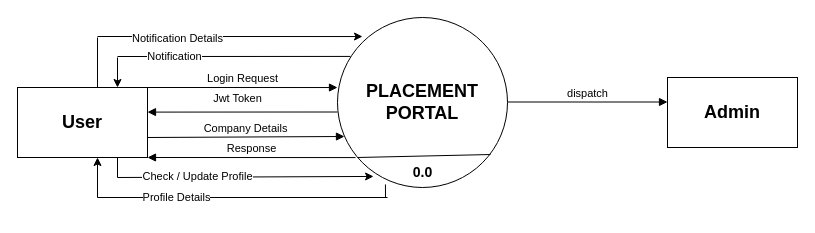
Earlier version of the draw.io diagram placement_dfd.drawio (shalulaha/Minor_Project). Source tidied: cells renumbered, new cells numbered last; positions are measured from the earlier drawing's top-left corner, leaving out a move shared by most shapes. Both pictures are drawn from the tidied source at 100%, with x=0, y=0 at pixel (17, 17).
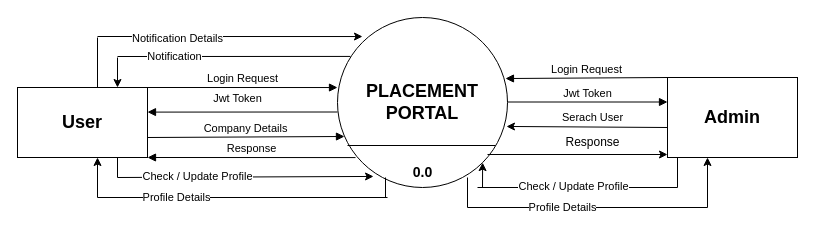
Above is the later version.

The change refers to these unchanged cells:
```xml
<mxCell id="2" value="&lt;b&gt;&lt;font style=&quot;font-size: 18px;&quot;&gt;PLACEMENT PORTAL&lt;/font&gt;&lt;/b&gt;" style="ellipse;whiteSpace=wrap;html=1;" parent="1" vertex="1">
  <mxGeometry x="320" width="170" height="170" as="geometry" />
</mxCell>
```

Diff of the diagram source:
```diff
@@
     <mxCell id="4" value="&lt;font style=&quot;font-size: 18px;&quot;&gt;&lt;b&gt;Admin&lt;/b&gt;&lt;/font&gt;" style="whiteSpace=wrap;html=1;align=center;" parent="1" vertex="1">
-      <mxGeometry x="650" y="60" width="130" height="70" as="geometry" />
+      <mxGeometry x="650" y="60" width="130" height="80" as="geometry" />
     </mxCell>
@@
-    <mxCell id="7" value="dispatch" style="html=1;verticalAlign=bottom;endArrow=block;curved=0;rounded=0;entryX=0;entryY=0.412;entryDx=0;entryDy=0;entryPerimeter=0;" parent="1" edge="1">
+    <mxCell id="7" value="Jwt Token" style="html=1;verticalAlign=bottom;endArrow=block;curved=0;rounded=0;entryX=0;entryY=0.412;entryDx=0;entryDy=0;entryPerimeter=0;" parent="1" edge="1">
       <mxGeometry relative="1" as="geometry">
         <mxPoint x="490" y="84.5" as="sourcePoint" />
         <mxPoint x="650" y="84.5" as="targetPoint" />
       </mxGeometry>
     </mxCell>
@@
-    <mxCell id="20" style="endArrow=none;html=1;rounded=0;entryX=0.282;entryY=0.982;entryDx=0;entryDy=0;entryPerimeter=0;" parent="1" edge="1" target="2">
+    <mxCell id="20" style="endArrow=none;html=1;rounded=0;" parent="1" edge="1">
       <mxGeometry relative="1" as="geometry">
         <mxPoint x="368" y="180" as="sourcePoint" />
+        <mxPoint x="368" y="160" as="targetPoint" />
       </mxGeometry>
     </mxCell>
@@
-    <mxCell id="23" style="endArrow=none;html=1;rounded=0;entryX=0.9;entryY=0.806;entryDx=0;entryDy=0;entryPerimeter=0;" parent="1" edge="1" target="2">
-      <mxGeometry relative="1" as="geometry">
-        <mxPoint x="340" y="140" as="sourcePoint" />
-      </mxGeometry>
-    </mxCell>
@@
+    <mxCell id="25" style="endArrow=classic;html=1;rounded=0;exitX=0;exitY=0;exitDx=0;exitDy=0;entryX=0.994;entryY=0.641;entryDx=0;entryDy=0;entryPerimeter=0;" parent="1" edge="1" target="2">
+      <mxGeometry relative="1" as="geometry">
+        <mxPoint x="650" y="110" as="sourcePoint" />
+      </mxGeometry>
+    </mxCell>
+    <mxCell id="26" style="endArrow=classic;html=1;rounded=0;" parent="1" edge="1">
+      <mxGeometry relative="1" as="geometry">
+        <mxPoint x="470" y="137" as="sourcePoint" />
+        <mxPoint x="650" y="137" as="targetPoint" />
+      </mxGeometry>
+    </mxCell>
+    <mxCell id="27" value="&lt;font style=&quot;font-size: 11px;&quot;&gt;Serach User&lt;/font&gt;" style="text;html=1;align=center;verticalAlign=middle;strokeColor=none;fillColor=none;" parent="1" vertex="1">
+      <mxGeometry x="535" y="85" width="80" height="30" as="geometry" />
+    </mxCell>
+    <mxCell id="28" value="Response" style="text;html=1;align=center;verticalAlign=middle;strokeColor=none;fillColor=none;" parent="1" vertex="1">
+      <mxGeometry x="535" y="110" width="80" height="30" as="geometry" />
+    </mxCell>
+    <mxCell id="29" value="Login Request" style="html=1;verticalAlign=bottom;endArrow=block;curved=0;rounded=0;exitX=0;exitY=0;exitDx=0;exitDy=0;entryX=0.988;entryY=0.359;entryDx=0;entryDy=0;entryPerimeter=0;" parent="1" edge="1" source="4" target="2">
+      <mxGeometry relative="1" as="geometry" />
+    </mxCell>
+    <mxCell id="30" style="endArrow=none;html=1;rounded=0;entryX=0.929;entryY=0.753;entryDx=0;entryDy=0;entryPerimeter=0;" parent="1" edge="1" target="2">
+      <mxGeometry relative="1" as="geometry">
+        <mxPoint x="330" y="128" as="sourcePoint" />
+      </mxGeometry>
+    </mxCell>
+    <mxCell id="31" style="endArrow=none;html=1;rounded=0;" parent="1" edge="1">
+      <mxGeometry relative="1" as="geometry">
+        <mxPoint x="450" y="190" as="sourcePoint" />
+        <mxPoint x="450" y="160" as="targetPoint" />
+      </mxGeometry>
+    </mxCell>
+    <mxCell id="32" style="endArrow=none;html=1;rounded=0;" parent="1" edge="1">
+      <mxGeometry relative="1" as="geometry">
+        <mxPoint x="450" y="190" as="sourcePoint" />
+        <mxPoint x="690" y="190" as="targetPoint" />
+      </mxGeometry>
+    </mxCell>
+    <mxCell id="33" value="Profile Details" style="edgeLabel;html=1;align=center;verticalAlign=middle;" parent="32" vertex="1">
+      <mxGeometry x="-0.45" y="1" relative="1" as="geometry">
+        <mxPoint x="28" as="offset" />
+      </mxGeometry>
+    </mxCell>
+    <mxCell id="34" style="endArrow=classic;html=1;rounded=0;entryX=1;entryY=1;entryDx=0;entryDy=0;" parent="1" edge="1" target="2">
+      <mxGeometry relative="1" as="geometry">
+        <mxPoint x="465" y="170" as="sourcePoint" />
+      </mxGeometry>
+    </mxCell>
+    <mxCell id="35" style="endArrow=none;html=1;rounded=0;" parent="1" edge="1">
+      <mxGeometry relative="1" as="geometry">
+        <mxPoint x="460" y="170" as="sourcePoint" />
+        <mxPoint x="660" y="170" as="targetPoint" />
+      </mxGeometry>
+    </mxCell>
+    <mxCell id="36" value="Check / Update Profile" style="edgeLabel;html=1;align=center;verticalAlign=middle;" parent="35" vertex="1">
+      <mxGeometry x="-0.05" y="2" relative="1" as="geometry" />
+    </mxCell>
+    <mxCell id="37" style="endArrow=none;html=1;rounded=0;" parent="1" edge="1">
+      <mxGeometry relative="1" as="geometry">
+        <mxPoint x="660" y="170" as="sourcePoint" />
+        <mxPoint x="660" y="140" as="targetPoint" />
+      </mxGeometry>
+    </mxCell>
+    <mxCell id="38" style="endArrow=classic;html=1;rounded=0;" parent="1" edge="1">
+      <mxGeometry relative="1" as="geometry">
+        <mxPoint x="690" y="190" as="sourcePoint" />
+        <mxPoint x="690" y="140" as="targetPoint" />
+      </mxGeometry>
+    </mxCell>
```
